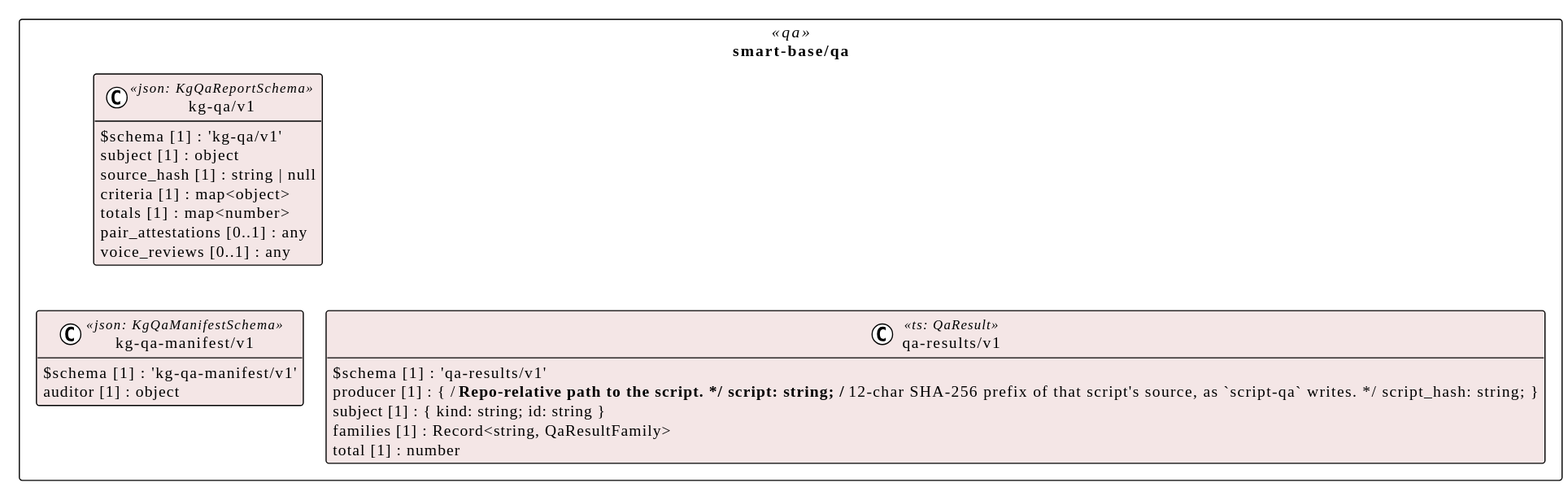
This is assets/img/uml/overview/smart-base/qa.svg from litlfred/smart-trust, a PlantUML export, as it was before one commit.
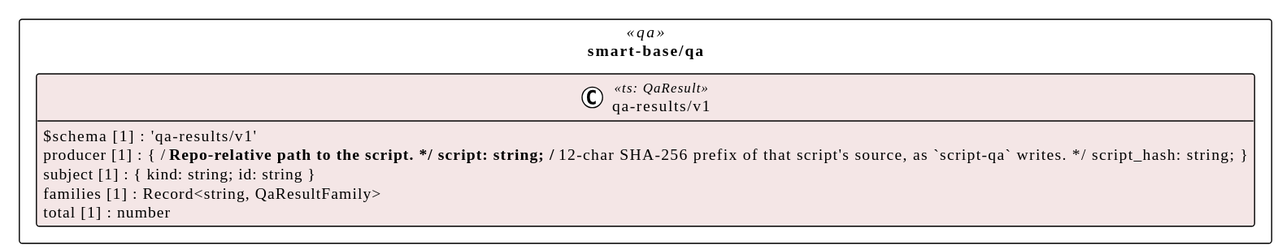
Above is the later version.

Change to the diagram source:
```diff
@@ -7,19 +7,6 @@
 hide empty methods
 
 package "smart-base/qa" as pkg_smart_base_qa <<qa>> {
-  class "kg-qa/v1" as smart_base_qa_kg_qa_v1_kg_qa_v1 <<json: KgQaReportSchema>> #f4e6e6 {
-    $schema [1] : 'kg-qa/v1'
-    subject [1] : object
-    source_hash [1] : string | null
-    criteria [1] : map<object>
-    totals [1] : map<number>
-    pair_attestations [0..1] : any
-    voice_reviews [0..1] : any
-  }
-  class "kg-qa-manifest/v1" as smart_base_qa_kg_qa_manifest_v1_kg_qa_manifest_v1 <<json: KgQaManifestSchema>> #f4e6e6 {
-    $schema [1] : 'kg-qa-manifest/v1'
-    auditor [1] : object
-  }
   class "qa-results/v1" as smart_base_qa_qa_results_v1 <<ts: QaResult>> #f4e6e6 {
     $schema [1] : 'qa-results/v1'
     producer [1] : { /** Repo-relative path to the script. */ script: string; /** 12-char SHA-256 prefix of that script's source, as `script-qa` writes. */ script_hash: string; }
```
